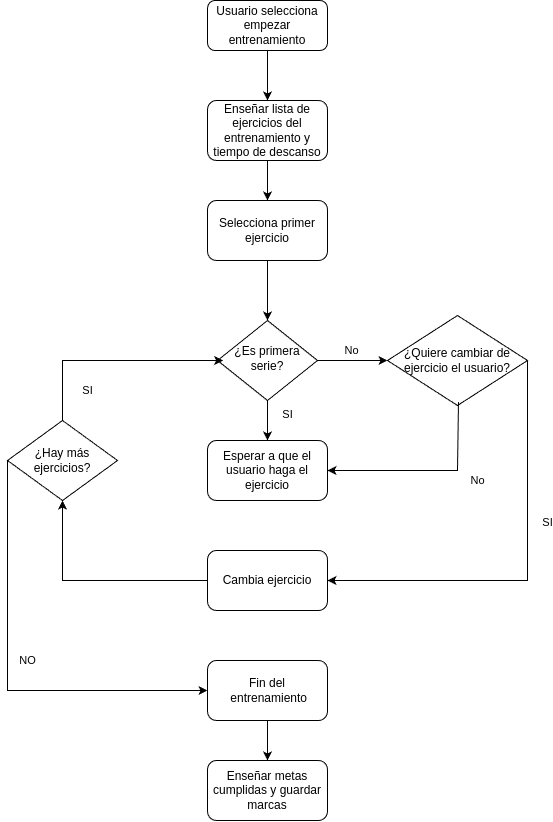
Earlier version of the draw.io export doc/tablas/FlujoEntrenamiento.png (paccco/TFG). Source tidied: cells renumbered, new cells last; positions are measured from the earlier drawing's top-left corner, leaving out a move shared by most shapes. The source it was exported from:
```xml
<mxGraphModel>
  <root>
    <mxCell id="0" />
    <mxCell id="1" parent="0" />
    <mxCell id="2" value="Usuario selecciona empezar entrenamiento" style="rounded=1;whiteSpace=wrap;html=1;fontSize=12;glass=0;strokeWidth=1;shadow=0;" parent="1" vertex="1">
      <mxGeometry x="200" width="120" height="50" as="geometry" />
    </mxCell>
    <mxCell id="3" value="¿Es primera serie?" style="rhombus;whiteSpace=wrap;html=1;shadow=0;fontFamily=Helvetica;fontSize=12;align=center;strokeWidth=1;spacing=6;spacingTop=-4;" parent="1" vertex="1">
      <mxGeometry x="210" y="320" width="100" height="80" as="geometry" />
    </mxCell>
    <mxCell id="4" value="Enseñar lista de ejercicios del entrenamiento y tiempo de descanso" style="rounded=1;whiteSpace=wrap;html=1;" parent="1" vertex="1">
      <mxGeometry x="200" y="100" width="120" height="60" as="geometry" />
    </mxCell>
    <mxCell id="5" value="Selecciona primer ejercicio" style="rounded=1;whiteSpace=wrap;html=1;" parent="1" vertex="1">
      <mxGeometry x="200" y="200" width="120" height="60" as="geometry" />
    </mxCell>
    <mxCell id="6" value="Esperar a que el usuario haga el ejercicio" style="rounded=1;whiteSpace=wrap;html=1;" parent="1" vertex="1">
      <mxGeometry x="200" y="440" width="120" height="60" as="geometry" />
    </mxCell>
    <mxCell id="7" style="endArrow=classic;html=1;rounded=0;exitX=1;exitY=0.5;exitDx=0;exitDy=0;" parent="1" edge="1" source="3">
      <mxGeometry relative="1" as="geometry">
        <mxPoint x="380" y="360" as="targetPoint" />
      </mxGeometry>
    </mxCell>
    <mxCell id="8" value="No" style="edgeLabel;html=1;align=center;verticalAlign=middle;" parent="7" vertex="1">
      <mxGeometry x="-0.05" y="1" relative="1" as="geometry">
        <mxPoint y="-9" as="offset" />
      </mxGeometry>
    </mxCell>
    <mxCell id="9" style="endArrow=classic;html=1;rounded=0;exitX=0.5;exitY=1;exitDx=0;exitDy=0;entryX=0.5;entryY=0;entryDx=0;entryDy=0;" parent="1" edge="1" source="2" target="4">
      <mxGeometry relative="1" as="geometry" />
    </mxCell>
    <mxCell id="10" style="endArrow=classic;html=1;rounded=0;exitX=0.5;exitY=1;exitDx=0;exitDy=0;entryX=0.5;entryY=0;entryDx=0;entryDy=0;" parent="1" edge="1" source="4" target="5">
      <mxGeometry relative="1" as="geometry" />
    </mxCell>
    <mxCell id="11" style="endArrow=classic;html=1;rounded=0;exitX=0.5;exitY=1;exitDx=0;exitDy=0;entryX=0.5;entryY=0;entryDx=0;entryDy=0;" parent="1" edge="1" source="5" target="3">
      <mxGeometry relative="1" as="geometry" />
    </mxCell>
    <mxCell id="12" style="endArrow=classic;html=1;rounded=0;exitX=0.5;exitY=1;exitDx=0;exitDy=0;entryX=0.5;entryY=0;entryDx=0;entryDy=0;" parent="1" edge="1" source="3" target="6">
      <mxGeometry relative="1" as="geometry" />
    </mxCell>
    <mxCell id="13" value="SI" style="edgeLabel;html=1;align=center;verticalAlign=middle;" parent="12" vertex="1">
      <mxGeometry x="-0.35" relative="1" as="geometry">
        <mxPoint x="20" as="offset" />
      </mxGeometry>
    </mxCell>
    <mxCell id="14" value="¿Quiere cambiar de ejercicio el usuario?" style="rhombus;whiteSpace=wrap;html=1;" parent="1" vertex="1">
      <mxGeometry x="380" y="315" width="140" height="90" as="geometry" />
    </mxCell>
    <mxCell id="15" style="endArrow=classic;html=1;rounded=0;entryX=1;entryY=0.5;entryDx=0;entryDy=0;exitX=0.507;exitY=0.963;exitDx=0;exitDy=0;exitPerimeter=0;" parent="1" edge="1" source="14" target="6">
      <mxGeometry relative="1" as="geometry">
        <Array as="points">
          <mxPoint x="450" y="470" />
        </Array>
      </mxGeometry>
    </mxCell>
    <mxCell id="16" value="No" style="edgeLabel;html=1;align=center;verticalAlign=middle;" parent="15" vertex="1">
      <mxGeometry x="-0.68" y="1" relative="1" as="geometry">
        <mxPoint x="18" y="47" as="offset" />
      </mxGeometry>
    </mxCell>
    <mxCell id="17" value="Cambia ejercicio" style="rounded=1;whiteSpace=wrap;html=1;" parent="1" vertex="1">
      <mxGeometry x="200" y="550" width="120" height="60" as="geometry" />
    </mxCell>
    <mxCell id="18" style="endArrow=classic;html=1;rounded=0;entryX=1;entryY=0.5;entryDx=0;entryDy=0;exitX=1;exitY=0.5;exitDx=0;exitDy=0;" parent="1" edge="1" source="14" target="17">
      <mxGeometry relative="1" as="geometry">
        <Array as="points">
          <mxPoint x="520" y="580" />
        </Array>
      </mxGeometry>
    </mxCell>
    <mxCell id="19" value="SI" style="edgeLabel;html=1;align=center;verticalAlign=middle;" parent="18" vertex="1">
      <mxGeometry x="-0.23" y="-1" relative="1" as="geometry">
        <mxPoint x="21" as="offset" />
      </mxGeometry>
    </mxCell>
    <mxCell id="20" value="¿Hay más ejercicios?" style="rhombus;whiteSpace=wrap;html=1;" parent="1" vertex="1">
      <mxGeometry y="420" width="110" height="80" as="geometry" />
    </mxCell>
    <mxCell id="21" style="endArrow=classic;html=1;rounded=0;exitX=0.5;exitY=0;exitDx=0;exitDy=0;entryX=0.056;entryY=0.5;entryDx=0;entryDy=0;entryPerimeter=0;" parent="1" edge="1" source="20" target="3">
      <mxGeometry relative="1" as="geometry">
        <Array as="points">
          <mxPoint x="55" y="360" />
        </Array>
      </mxGeometry>
    </mxCell>
    <mxCell id="22" value="SI" style="edgeLabel;html=1;align=center;verticalAlign=middle;" parent="21" vertex="1">
      <mxGeometry x="-0.79" y="3" relative="1" as="geometry">
        <mxPoint x="28" y="-7" as="offset" />
      </mxGeometry>
    </mxCell>
    <mxCell id="23" style="endArrow=classic;html=1;rounded=0;exitX=0;exitY=0.5;exitDx=0;exitDy=0;entryX=0.5;entryY=1;entryDx=0;entryDy=0;" parent="1" edge="1" source="17" target="20">
      <mxGeometry relative="1" as="geometry">
        <Array as="points">
          <mxPoint x="55" y="580" />
        </Array>
      </mxGeometry>
    </mxCell>
    <mxCell id="24" value="Fin del&lt;div&gt;&amp;nbsp;entrenamiento&lt;/div&gt;" style="rounded=1;whiteSpace=wrap;html=1;" parent="1" vertex="1">
      <mxGeometry x="200" y="660" width="120" height="60" as="geometry" />
    </mxCell>
    <mxCell id="25" style="endArrow=classic;html=1;rounded=0;exitX=0;exitY=0.5;exitDx=0;exitDy=0;entryX=0;entryY=0.5;entryDx=0;entryDy=0;" parent="1" edge="1" source="20" target="24">
      <mxGeometry relative="1" as="geometry">
        <Array as="points">
          <mxPoint y="690" />
        </Array>
      </mxGeometry>
    </mxCell>
    <mxCell id="26" value="NO" style="edgeLabel;html=1;align=center;verticalAlign=middle;" parent="25" vertex="1">
      <mxGeometry x="0.15" y="1" relative="1" as="geometry">
        <mxPoint x="4" y="-29" as="offset" />
      </mxGeometry>
    </mxCell>
    <mxCell id="27" value="Enseñar metas cumplidas y guardar marcas" style="rounded=1;whiteSpace=wrap;html=1;" parent="1" vertex="1">
      <mxGeometry x="200" y="760" width="120" height="60" as="geometry" />
    </mxCell>
    <mxCell id="28" style="endArrow=classic;html=1;rounded=0;entryX=0.5;entryY=0;entryDx=0;entryDy=0;exitX=0.5;exitY=1;exitDx=0;exitDy=0;" parent="1" edge="1" source="24" target="27">
      <mxGeometry relative="1" as="geometry" />
    </mxCell>
  </root>
</mxGraphModel>
```
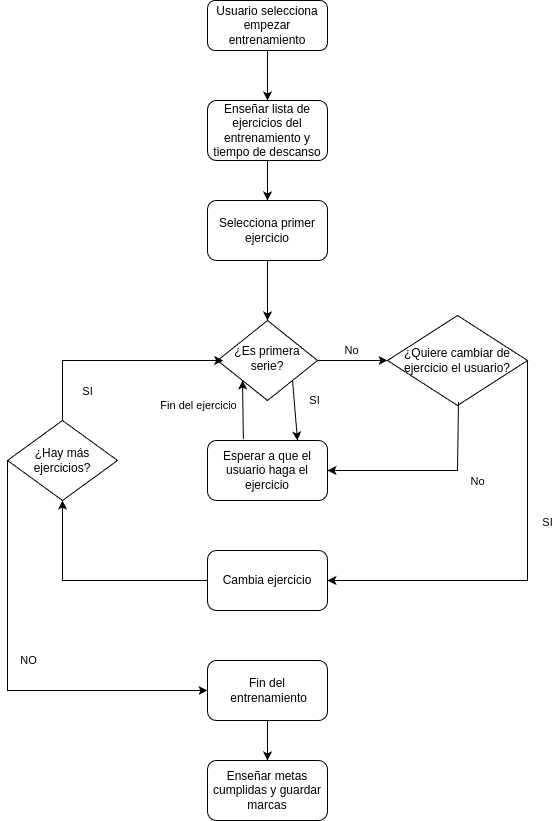
After the change.

Diff of the diagram source:
```diff
@@ -36,7 +36,7 @@
     <mxCell id="11" style="endArrow=classic;html=1;rounded=0;exitX=0.5;exitY=1;exitDx=0;exitDy=0;entryX=0.5;entryY=0;entryDx=0;entryDy=0;" parent="1" edge="1" source="5" target="3">
       <mxGeometry relative="1" as="geometry" />
     </mxCell>
-    <mxCell id="12" style="endArrow=classic;html=1;rounded=0;exitX=0.5;exitY=1;exitDx=0;exitDy=0;entryX=0.5;entryY=0;entryDx=0;entryDy=0;" parent="1" edge="1" source="3" target="6">
+    <mxCell id="12" style="endArrow=classic;html=1;rounded=0;entryX=0.75;entryY=0;entryDx=0;entryDy=0;exitX=1;exitY=1;exitDx=0;exitDy=0;" parent="1" edge="1" source="3" target="6">
       <mxGeometry relative="1" as="geometry" />
     </mxCell>
     <mxCell id="13" value="SI" style="edgeLabel;html=1;align=center;verticalAlign=middle;" parent="12" vertex="1">
@@ -117,5 +117,13 @@
     <mxCell id="28" style="endArrow=classic;html=1;rounded=0;entryX=0.5;entryY=0;entryDx=0;entryDy=0;exitX=0.5;exitY=1;exitDx=0;exitDy=0;" parent="1" edge="1" source="24" target="27">
       <mxGeometry relative="1" as="geometry" />
     </mxCell>
+    <mxCell id="29" style="endArrow=classic;html=1;rounded=0;exitX=0.299;exitY=-0.028;exitDx=0;exitDy=0;exitPerimeter=0;entryX=0;entryY=1;entryDx=0;entryDy=0;" parent="1" edge="1" source="6" target="3">
+      <mxGeometry relative="1" as="geometry" />
+    </mxCell>
+    <mxCell id="30" value="Fin del ejercicio" style="edgeLabel;html=1;align=center;verticalAlign=middle;" parent="29" vertex="1">
+      <mxGeometry x="0.08" y="-2" relative="1" as="geometry">
+        <mxPoint x="-47" y="-2" as="offset" />
+      </mxGeometry>
+    </mxCell>
   </root>
 </mxGraphModel>
```
